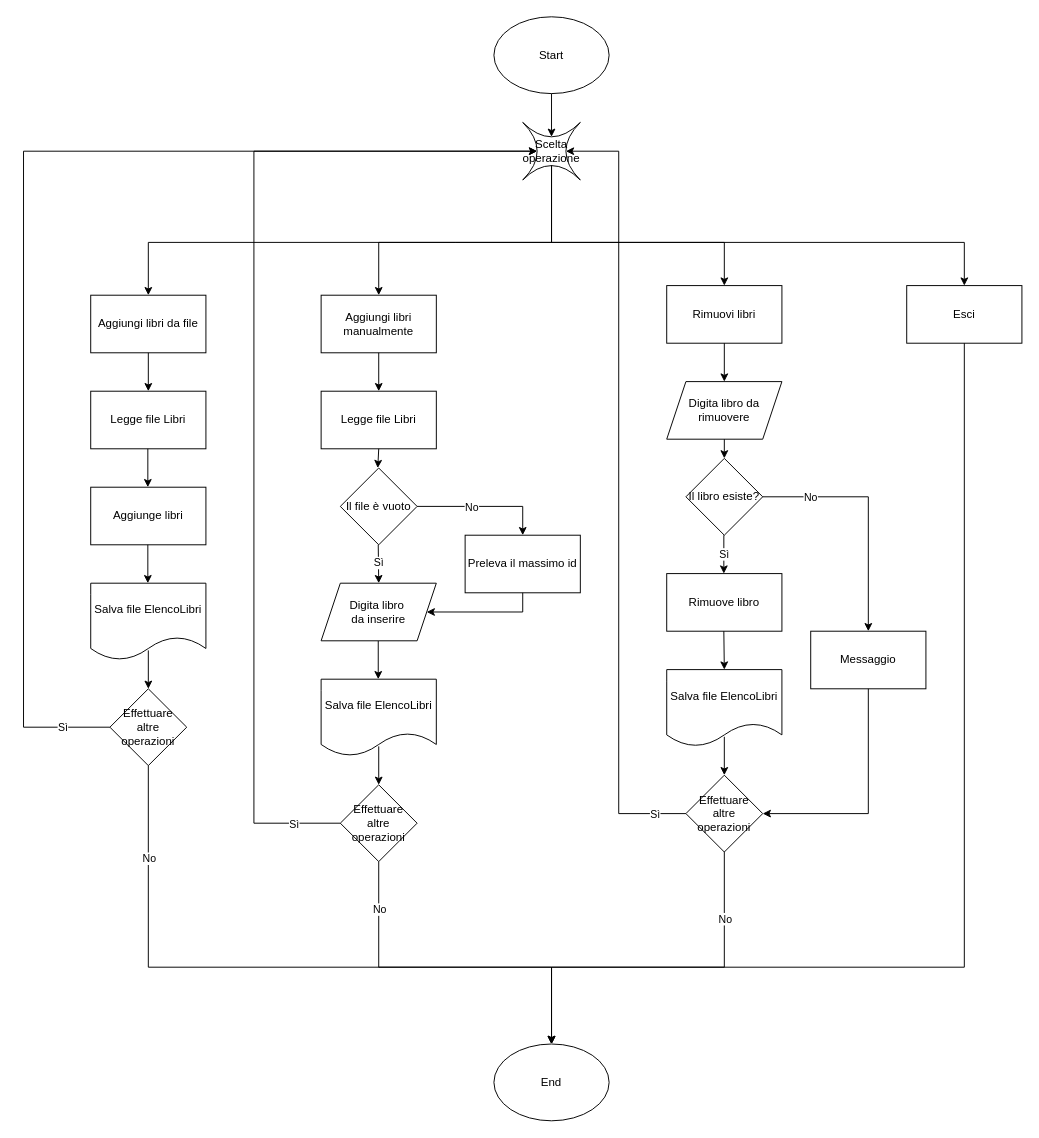
Above: Biblioteca.drawio in margot71/Biblioteca (draw.io), before the change. Source tidied: cells renumbered, new cells numbered last; positions are measured from the earlier drawing's top-left corner, leaving out a move shared by most shapes. Both pictures are drawn from the tidied source at 96%, with x=0, y=0 at pixel (23, 16).
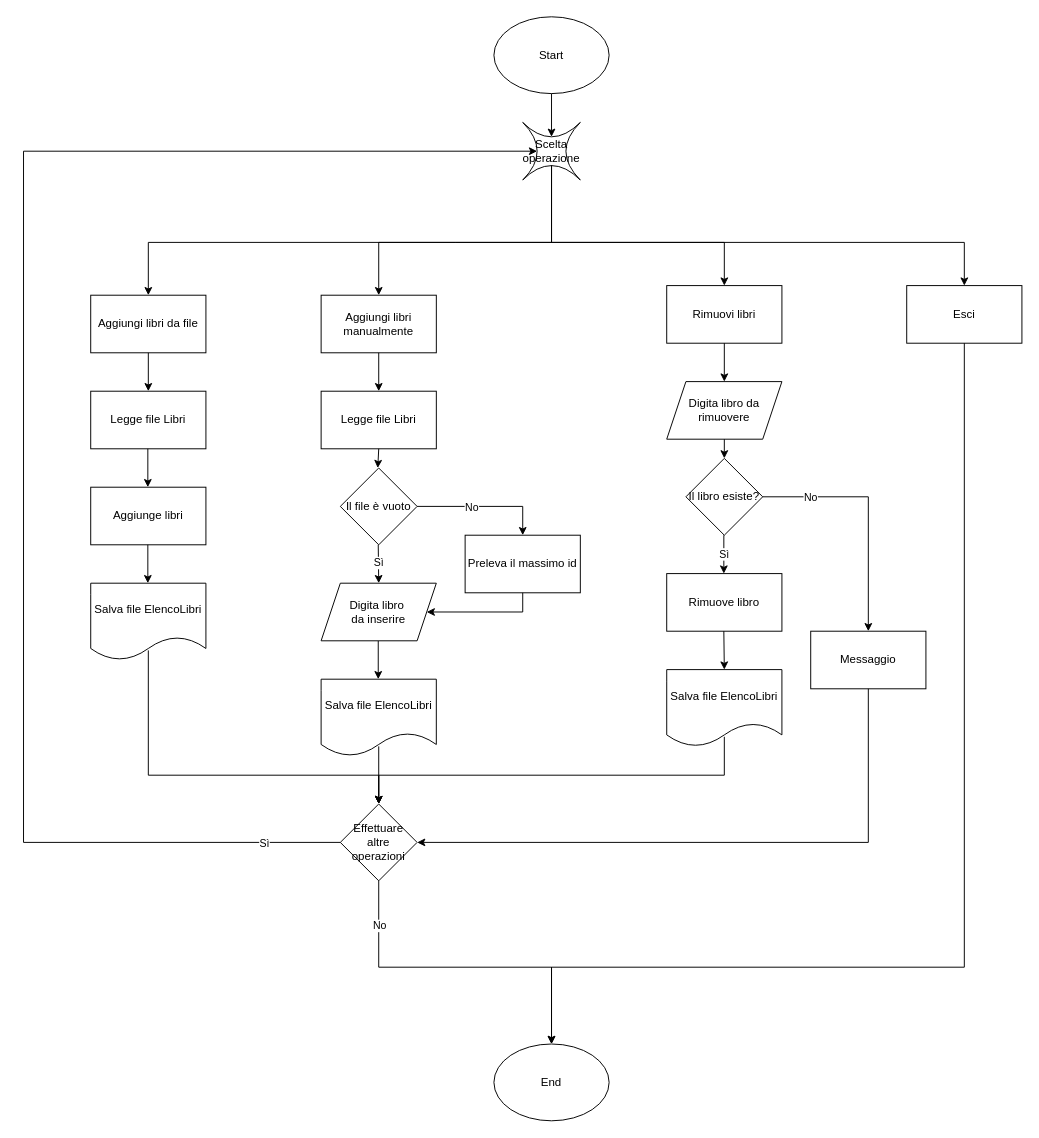
After the change.

Unchanged cells that the change refers to:
```xml
<mxCell id="5" value="End" style="ellipse;whiteSpace=wrap;html=1;" parent="1" vertex="1">
  <mxGeometry x="490" y="1070" width="120" height="80" as="geometry" />
</mxCell>
<mxCell id="17" value="Scelta operazione" style="shape=switch;whiteSpace=wrap;html=1;" parent="1" vertex="1">
  <mxGeometry x="520" y="110" width="60" height="60" as="geometry" />
</mxCell>
<mxCell id="40" value="Messaggio" style="rounded=0;whiteSpace=wrap;html=1;" parent="1" vertex="1">
  <mxGeometry x="820" y="640" width="120" height="60" as="geometry" />
</mxCell>
```

What changed in the source:
```diff
@@
-    <mxCell id="8" style="endArrow=classic;html=1;rounded=0;exitX=0.5;exitY=1;exitDx=0;exitDy=0;entryX=0.5;entryY=0;entryDx=0;entryDy=0;" parent="1" edge="1">
+    <mxCell id="8" style="endArrow=classic;html=1;rounded=0;exitX=0.5;exitY=1;exitDx=0;exitDy=0;entryX=0.5;entryY=0;entryDx=0;entryDy=0;" parent="1" edge="1" target="49">
       <mxGeometry relative="1" as="geometry">
         <mxPoint x="370" y="760" as="sourcePoint" />
-        <mxPoint x="370" y="800" as="targetPoint" />
       </mxGeometry>
     </mxCell>
@@
-    <mxCell id="29" style="endArrow=classic;html=1;rounded=0;exitX=0.5;exitY=1;exitDx=0;exitDy=0;entryX=0.5;entryY=0;entryDx=0;entryDy=0;" parent="1" edge="1">
+    <mxCell id="29" style="endArrow=classic;html=1;rounded=0;exitX=0.5;exitY=1;exitDx=0;exitDy=0;entryX=0.5;entryY=0;entryDx=0;entryDy=0;" parent="1" edge="1" target="49">
       <mxGeometry relative="1" as="geometry">
         <mxPoint x="130" y="660" as="sourcePoint" />
-        <mxPoint x="130" y="700" as="targetPoint" />
+        <Array as="points">
+          <mxPoint x="130" y="790" />
+          <mxPoint x="370" y="790" />
+        </Array>
       </mxGeometry>
     </mxCell>
@@
-    <mxCell id="43" style="endArrow=classic;html=1;rounded=0;exitX=0.5;exitY=1;exitDx=0;exitDy=0;entryX=1;entryY=0.5;entryDx=0;entryDy=0;" parent="1" edge="1" source="40" target="50">
+    <mxCell id="43" style="endArrow=classic;html=1;rounded=0;exitX=0.5;exitY=1;exitDx=0;exitDy=0;entryX=1;entryY=0.5;entryDx=0;entryDy=0;" parent="1" edge="1" source="40" target="49">
       <mxGeometry relative="1" as="geometry">
         <Array as="points">
-          <mxPoint x="880" y="830" />
+          <mxPoint x="880" y="860" />
         </Array>
       </mxGeometry>
     </mxCell>
@@
-    <mxCell id="45" style="endArrow=classic;html=1;rounded=0;exitX=0.5;exitY=1;exitDx=0;exitDy=0;entryX=0.5;entryY=0;entryDx=0;entryDy=0;" parent="1" edge="1">
+    <mxCell id="45" style="endArrow=classic;html=1;rounded=0;exitX=0.5;exitY=1;exitDx=0;exitDy=0;entryX=0.5;entryY=0;entryDx=0;entryDy=0;" parent="1" edge="1" target="49">
       <mxGeometry relative="1" as="geometry">
         <mxPoint x="730" y="750" as="sourcePoint" />
-        <mxPoint x="730" y="790" as="targetPoint" />
+        <Array as="points">
+          <mxPoint x="730" y="790" />
+          <mxPoint x="370" y="790" />
+        </Array>
       </mxGeometry>
     </mxCell>
-    <mxCell id="46" value="Effettuare altre operazioni" style="rhombus;whiteSpace=wrap;html=1;" parent="1" vertex="1">
-      <mxGeometry x="90" y="700" width="80" height="80" as="geometry" />
-    </mxCell>
-    <mxCell id="47" style="endArrow=classic;html=1;rounded=0;exitX=0.5;exitY=1;exitDx=0;exitDy=0;entryX=0.5;entryY=0;entryDx=0;entryDy=0;" parent="1" edge="1" source="46" target="5">
-      <mxGeometry relative="1" as="geometry">
-        <Array as="points">
-          <mxPoint x="130" y="990" />
-          <mxPoint x="550" y="990" />
-        </Array>
-      </mxGeometry>
-    </mxCell>
-    <mxCell id="48" value="No" style="edgeLabel;html=1;align=center;verticalAlign=middle;" parent="47" vertex="1">
-      <mxGeometry x="-0.73" relative="1" as="geometry" />
-    </mxCell>
     <mxCell id="49" value="Effettuare altre operazioni" style="rhombus;whiteSpace=wrap;html=1;" parent="1" vertex="1">
-      <mxGeometry x="330" y="800" width="80" height="80" as="geometry" />
+      <mxGeometry x="330" y="820" width="80" height="80" as="geometry" />
     </mxCell>
-    <mxCell id="50" value="Effettuare altre operazioni" style="rhombus;whiteSpace=wrap;html=1;" parent="1" vertex="1">
-      <mxGeometry x="690" y="790" width="80" height="80" as="geometry" />
-    </mxCell>
@@
-    <mxCell id="54" style="endArrow=classic;html=1;rounded=0;exitX=0.5;exitY=1;exitDx=0;exitDy=0;entryX=0.5;entryY=0;entryDx=0;entryDy=0;" parent="1" edge="1" source="50" target="5">
-      <mxGeometry relative="1" as="geometry">
-        <Array as="points">
-          <mxPoint x="730" y="990" />
-          <mxPoint x="550" y="990" />
-        </Array>
-      </mxGeometry>
-    </mxCell>
-    <mxCell id="55" value="No" style="edgeLabel;html=1;align=center;verticalAlign=middle;" parent="54" vertex="1">
-      <mxGeometry x="-0.47" relative="1" as="geometry">
-        <mxPoint y="-32" as="offset" />
-      </mxGeometry>
-    </mxCell>
-    <mxCell id="56" style="endArrow=classic;html=1;rounded=0;exitX=0;exitY=0.5;exitDx=0;exitDy=0;entryX=0.25;entryY=0.5;entryDx=0;entryDy=0;entryPerimeter=0;" parent="1" edge="1" source="46" target="17">
+    <mxCell id="56" style="endArrow=classic;html=1;rounded=0;exitX=0;exitY=0.5;exitDx=0;exitDy=0;entryX=0.25;entryY=0.5;entryDx=0;entryDy=0;entryPerimeter=0;" parent="1" edge="1" source="49" target="17">
       <mxGeometry relative="1" as="geometry">
         <Array as="points">
-          <mxPoint y="740" />
+          <mxPoint y="860" />
           <mxPoint y="140" />
         </Array>
       </mxGeometry>
     </mxCell>
@@
-    <mxCell id="61" style="endArrow=classic;html=1;rounded=0;exitX=0;exitY=0.5;exitDx=0;exitDy=0;entryX=0.25;entryY=0.5;entryDx=0;entryDy=0;entryPerimeter=0;" parent="1" edge="1" source="49" target="17">
-      <mxGeometry relative="1" as="geometry">
-        <Array as="points">
-          <mxPoint x="240" y="840" />
-          <mxPoint x="240" y="140" />
-        </Array>
-      </mxGeometry>
-    </mxCell>
-    <mxCell id="62" value="Sì" style="edgeLabel;html=1;align=center;verticalAlign=middle;" parent="61" vertex="1">
-      <mxGeometry x="-0.91" y="1" relative="1" as="geometry" />
-    </mxCell>
-    <mxCell id="63" style="endArrow=classic;html=1;rounded=0;exitX=0;exitY=0.5;exitDx=0;exitDy=0;entryX=0.75;entryY=0.5;entryDx=0;entryDy=0;entryPerimeter=0;" parent="1" edge="1" source="50" target="17">
-      <mxGeometry relative="1" as="geometry">
-        <Array as="points">
-          <mxPoint x="620" y="830" />
-          <mxPoint x="620" y="140" />
-        </Array>
-      </mxGeometry>
-    </mxCell>
-    <mxCell id="64" value="Sì" style="edgeLabel;html=1;align=center;verticalAlign=middle;" parent="63" vertex="1">
-      <mxGeometry x="-0.92" relative="1" as="geometry" />
-    </mxCell>
```
